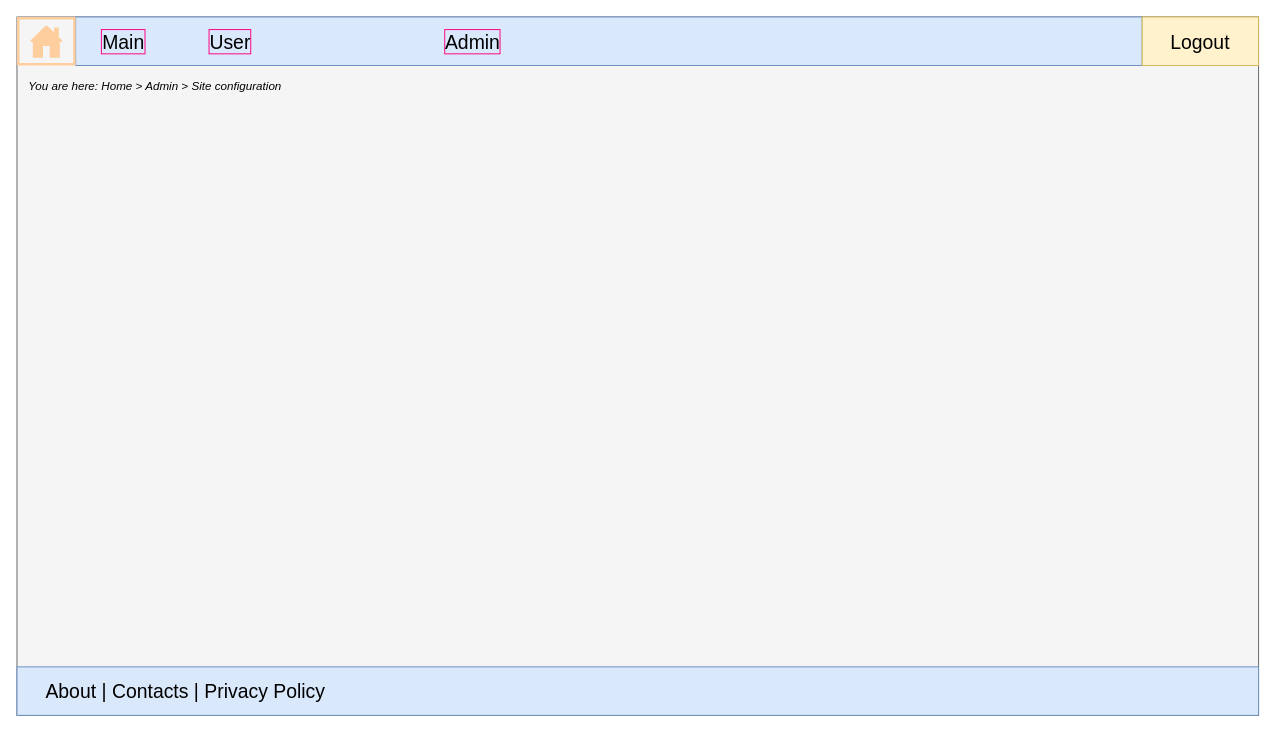
Earlier version of the draw.io diagram page "Site configuration" (10 of 11) of IDP049 UI.drawio.xml (giuseppe-r2m/spice). Source tidied: cells renumbered, new cells numbered last; positions are measured from the earlier drawing's top-left corner, leaving out a move shared by most shapes. Both pictures are drawn from the tidied source at 97%, with x=0, y=0 at pixel (16, 16).
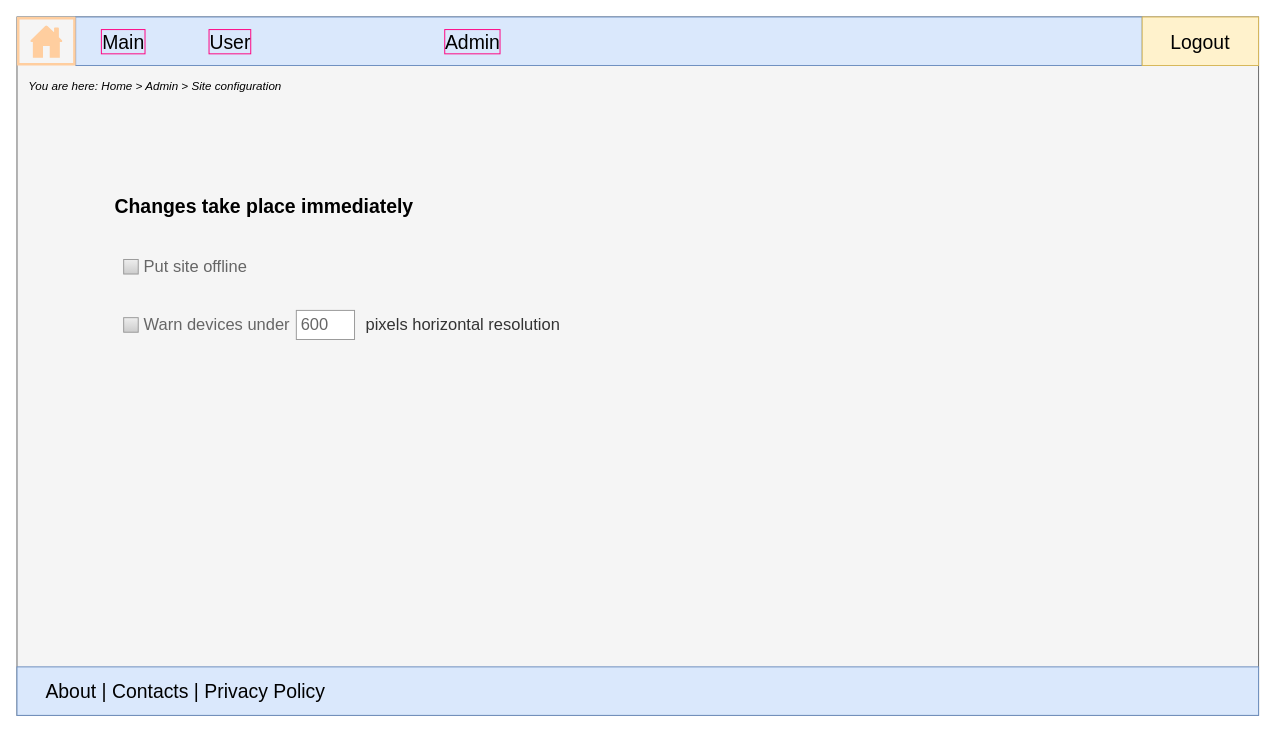
After the change.

Diff of the diagram source:
```diff
@@
 <mxGraphModel>
   <root>
     <mxCell id="0" />
     <mxCell id="1" parent="0" />
-    <mxCell id="2" style="group;" parent="1" vertex="1">
+    <mxCell id="2" style="group;align=center;" parent="1" vertex="1">
       <mxGeometry width="1280" height="720" as="geometry" />
     </mxCell>
     <mxCell id="3" style="rounded=0;whiteSpace=wrap;html=1;rotation=0;fillColor=#f5f5f5;strokeColor=#666666;fontColor=#333333;" parent="2" vertex="1">
       <mxGeometry width="1280" height="720" as="geometry" />
     </mxCell>
     <mxCell id="4" style="group;" parent="2" vertex="1">
       <mxGeometry x="60.5" width="1099.5" height="50" as="geometry" />
     </mxCell>
     <mxCell id="5" style="rounded=0;whiteSpace=wrap;html=1;fillColor=#dae8fc;strokeColor=#6c8ebf;fontSize=20;align=left;" parent="4" vertex="1">
       <mxGeometry width="1099.5" height="50" as="geometry" />
     </mxCell>
     <mxCell id="6" value="Main" style="text;html=1;strokeColor=none;fillColor=none;align=center;verticalAlign=middle;whiteSpace=wrap;rounded=0;fontSize=20;fontColor=#000000;labelBorderColor=#FF0080;" parent="4" vertex="1">
       <mxGeometry x="19.5" y="10" width="60" height="30" as="geometry" />
     </mxCell>
     <mxCell id="7" value="User" style="text;html=1;strokeColor=none;fillColor=none;align=center;verticalAlign=middle;whiteSpace=wrap;rounded=0;fontSize=20;fontColor=#000000;labelBorderColor=#FF0080;" parent="4" vertex="1">
       <mxGeometry x="129.5" y="10" width="60" height="30" as="geometry" />
     </mxCell>
     <mxCell id="8" value="Admin" style="text;html=1;strokeColor=none;fillColor=none;align=center;verticalAlign=middle;whiteSpace=wrap;rounded=0;fontSize=20;fontColor=#000000;labelBorderColor=#FF0080;" parent="4" vertex="1">
       <mxGeometry x="379.5" y="10" width="60" height="30" as="geometry" />
     </mxCell>
     <mxCell id="9" value="Logout" style="rounded=0;whiteSpace=wrap;html=1;fontSize=20;fillColor=#fff2cc;strokeColor=#d6b656;" parent="2" vertex="1">
       <mxGeometry x="1160" width="120" height="50" as="geometry" />
     </mxCell>
     <mxCell id="10" value="&lt;p style=&quot;line-height: 1.2; margin-top: 0pt; margin-bottom: 0pt; font-size: 20px;&quot; dir=&quot;ltr&quot;&gt;&lt;/p&gt;&lt;div style=&quot;font-size: 20px;&quot;&gt;&lt;/div&gt;&lt;span style=&quot;font-size: 20px; font-family: Arial; background-color: transparent; font-variant-numeric: normal; font-variant-east-asian: normal; vertical-align: baseline;&quot;&gt;&amp;nbsp; &amp;nbsp; &amp;nbsp;About | Contacts | Privacy Policy&amp;nbsp; &amp;nbsp; &amp;nbsp; &amp;nbsp; &amp;nbsp; &amp;nbsp; &amp;nbsp; &amp;nbsp; &amp;nbsp; &amp;nbsp; &amp;nbsp; &amp;nbsp; &amp;nbsp; &amp;nbsp; &amp;nbsp; &amp;nbsp; &amp;nbsp; &amp;nbsp; &amp;nbsp; &amp;nbsp; &amp;nbsp; &amp;nbsp;&amp;nbsp;&lt;/span&gt;&lt;span id=&quot;docs-internal-guid-0b179710-7fff-e899-2973-4397c5c14d87&quot; style=&quot;font-size: 20px;&quot;&gt;&lt;/span&gt;" style="rounded=0;whiteSpace=wrap;html=1;fontSize=20;align=left;fillColor=#dae8fc;strokeColor=#6c8ebf;" parent="2" vertex="1">
       <mxGeometry y="670" width="1280" height="50" as="geometry" />
     </mxCell>
     <mxCell id="11" style="sketch=0;shadow=0;dashed=0;html=1;strokeColor=none;labelPosition=center;verticalLabelPosition=bottom;verticalAlign=top;align=center;shape=mxgraph.office.concepts.home_page;fillColor=#FFCE9F;" parent="2" vertex="1">
       <mxGeometry width="60.5" height="50" as="geometry" />
     </mxCell>
+    <mxCell id="13" value="Changes take place immediately" style="text;html=1;strokeColor=none;fillColor=none;align=center;verticalAlign=middle;whiteSpace=wrap;rounded=0;fontSize=20;fontStyle=1;" parent="2" vertex="1">
+      <mxGeometry x="70" y="180" width="370" height="30" as="geometry" />
+    </mxCell>
+    <mxCell id="14" value="Put site offline" style="strokeWidth=1;shadow=0;dashed=0;align=center;html=1;shape=mxgraph.mockup.forms.rrect;rSize=0;fillColor=#eeeeee;strokeColor=#999999;gradientColor=#cccccc;align=left;spacingLeft=4;fontSize=17;fontColor=#666666;labelPosition=right;" parent="2" vertex="1">
+      <mxGeometry x="110" y="250" width="15" height="15" as="geometry" />
+    </mxCell>
+    <mxCell id="15" value="Warn devices under" style="strokeWidth=1;shadow=0;dashed=0;align=center;html=1;shape=mxgraph.mockup.forms.rrect;rSize=0;fillColor=#eeeeee;strokeColor=#999999;gradientColor=#cccccc;align=left;spacingLeft=4;fontSize=17;fontColor=#666666;labelPosition=right;" parent="2" vertex="1">
+      <mxGeometry x="110" y="310" width="15" height="15" as="geometry" />
+    </mxCell>
+    <mxCell id="16" value="600" style="strokeWidth=1;shadow=0;dashed=0;align=right;html=1;shape=mxgraph.mockup.forms.pwField;strokeColor=#999999;mainText=;align=left;fontColor=#666666;fontSize=17;spacingLeft=3;" parent="2" vertex="1">
+      <mxGeometry x="288" y="302.5" width="60" height="30" as="geometry" />
+    </mxCell>
+    <mxCell id="17" value="pixels horizontal resolution" style="text;html=1;strokeColor=none;fillColor=none;align=center;verticalAlign=middle;whiteSpace=wrap;rounded=0;fontSize=17;fontColor=#333333;" parent="2" vertex="1">
+      <mxGeometry x="348" y="302.5" width="224" height="30.1" as="geometry" />
+    </mxCell>
     <mxCell id="12" value="&lt;b id=&quot;docs-internal-guid-bf7a4f29-7fff-bb5d-5997-766e8364c5c9&quot; style=&quot;font-weight:normal;&quot;&gt;&lt;p style=&quot;line-height:1.2;margin-top:0pt;margin-bottom:0pt;&quot; dir=&quot;ltr&quot;&gt;&lt;span style=&quot;font-size: 9pt; font-family: Arial; color: rgb(0, 0, 0); background-color: transparent; font-weight: 400; font-style: italic; font-variant: normal; text-decoration: none; vertical-align: baseline;&quot;&gt;You are here: Home &amp;gt; Admin &amp;gt; Site configuration&lt;/span&gt;&lt;/p&gt;&lt;/b&gt;" style="text;whiteSpace=wrap;html=1;fontSize=20;" parent="1" vertex="1">
       <mxGeometry x="10" y="50" width="450" height="40" as="geometry" />
     </mxCell>
   </root>
 </mxGraphModel>
```
